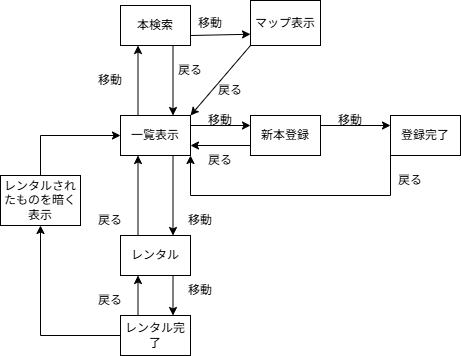
m-mahiru/sky-ES keeps this draw.io diagram as table_structure.png. Above is the earlier version. Source tidied: cells renumbered, new cells last; positions are measured from the earlier drawing's top-left corner, leaving out a move shared by most shapes. Source of this version:
```xml
<mxGraphModel>
  <root>
    <mxCell id="0" />
    <mxCell id="1" parent="0" />
    <mxCell id="2" value="一覧表示" style="rounded=0;whiteSpace=wrap;html=1;" parent="1" vertex="1">
      <mxGeometry x="120" y="115" width="70" height="40" as="geometry" />
    </mxCell>
    <mxCell id="3" value="新本登録" style="rounded=0;whiteSpace=wrap;html=1;" parent="1" vertex="1">
      <mxGeometry x="250" y="115" width="70" height="40" as="geometry" />
    </mxCell>
    <mxCell id="4" value="登録完了" style="rounded=0;whiteSpace=wrap;html=1;" parent="1" vertex="1">
      <mxGeometry x="390" y="115" width="70" height="40" as="geometry" />
    </mxCell>
    <mxCell id="5" value="レンタル" style="rounded=0;whiteSpace=wrap;html=1;" parent="1" vertex="1">
      <mxGeometry x="120" y="235" width="70" height="40" as="geometry" />
    </mxCell>
    <mxCell id="6" value="レンタル完了" style="rounded=0;whiteSpace=wrap;html=1;" parent="1" vertex="1">
      <mxGeometry x="120" y="315" width="70" height="40" as="geometry" />
    </mxCell>
    <mxCell id="7" style="endArrow=classic;html=1;rounded=0;exitX=1;exitY=0.25;exitDx=0;exitDy=0;entryX=0;entryY=0.25;entryDx=0;entryDy=0;" parent="1" edge="1" source="2" target="3">
      <mxGeometry relative="1" as="geometry" />
    </mxCell>
    <mxCell id="8" style="endArrow=classic;html=1;rounded=0;exitX=1;exitY=0.25;exitDx=0;exitDy=0;entryX=0;entryY=0.25;entryDx=0;entryDy=0;" parent="1" edge="1" source="3" target="4">
      <mxGeometry relative="1" as="geometry" />
    </mxCell>
    <mxCell id="9" style="endArrow=classic;html=1;rounded=0;" parent="1" edge="1">
      <mxGeometry relative="1" as="geometry">
        <mxPoint x="320" y="275" as="sourcePoint" />
        <mxPoint x="320" y="275" as="targetPoint" />
      </mxGeometry>
    </mxCell>
    <mxCell id="10" style="endArrow=classic;html=1;rounded=0;exitX=0;exitY=0.75;exitDx=0;exitDy=0;entryX=1;entryY=1;entryDx=0;entryDy=0;" parent="1" edge="1" source="4" target="2">
      <mxGeometry relative="1" as="geometry">
        <Array as="points">
          <mxPoint x="390" y="195" />
          <mxPoint x="190" y="195" />
        </Array>
      </mxGeometry>
    </mxCell>
    <mxCell id="11" value="移動" style="text;html=1;align=center;verticalAlign=middle;whiteSpace=wrap;rounded=0;" parent="1" vertex="1">
      <mxGeometry x="190" y="105" width="60" height="30" as="geometry" />
    </mxCell>
    <mxCell id="12" value="移動" style="text;html=1;align=center;verticalAlign=middle;whiteSpace=wrap;rounded=0;" parent="1" vertex="1">
      <mxGeometry x="320" y="105" width="60" height="30" as="geometry" />
    </mxCell>
    <mxCell id="13" value="戻る" style="text;html=1;align=center;verticalAlign=middle;whiteSpace=wrap;rounded=0;" parent="1" vertex="1">
      <mxGeometry x="190" y="145" width="60" height="30" as="geometry" />
    </mxCell>
    <mxCell id="14" style="endArrow=classic;html=1;rounded=0;exitX=0;exitY=0.75;exitDx=0;exitDy=0;entryX=1;entryY=0.75;entryDx=0;entryDy=0;" parent="1" edge="1" source="3" target="2">
      <mxGeometry relative="1" as="geometry" />
    </mxCell>
    <mxCell id="15" value="戻る" style="text;html=1;align=center;verticalAlign=middle;whiteSpace=wrap;rounded=0;" parent="1" vertex="1">
      <mxGeometry x="380" y="165" width="60" height="30" as="geometry" />
    </mxCell>
    <mxCell id="16" value="レンタルされたものを暗く表示" style="rounded=0;whiteSpace=wrap;html=1;" parent="1" vertex="1">
      <mxGeometry y="175" width="80" height="50" as="geometry" />
    </mxCell>
    <mxCell id="17" style="endArrow=classic;html=1;rounded=0;exitX=0.75;exitY=1;exitDx=0;exitDy=0;entryX=0.75;entryY=0;entryDx=0;entryDy=0;" parent="1" edge="1" source="2" target="5">
      <mxGeometry relative="1" as="geometry" />
    </mxCell>
    <mxCell id="18" style="endArrow=classic;html=1;rounded=0;exitX=0.25;exitY=0;exitDx=0;exitDy=0;entryX=0.25;entryY=1;entryDx=0;entryDy=0;" parent="1" edge="1" source="5" target="2">
      <mxGeometry relative="1" as="geometry" />
    </mxCell>
    <mxCell id="19" style="endArrow=classic;html=1;rounded=0;exitX=0.75;exitY=1;exitDx=0;exitDy=0;entryX=0.75;entryY=0;entryDx=0;entryDy=0;" parent="1" edge="1" source="5" target="6">
      <mxGeometry relative="1" as="geometry" />
    </mxCell>
    <mxCell id="20" style="endArrow=classic;html=1;rounded=0;exitX=0.25;exitY=0;exitDx=0;exitDy=0;entryX=0.25;entryY=1;entryDx=0;entryDy=0;" parent="1" edge="1" source="6" target="5">
      <mxGeometry relative="1" as="geometry" />
    </mxCell>
    <mxCell id="21" style="endArrow=classic;html=1;rounded=0;exitX=0;exitY=0.5;exitDx=0;exitDy=0;entryX=0.5;entryY=1;entryDx=0;entryDy=0;" parent="1" edge="1" source="6" target="16">
      <mxGeometry relative="1" as="geometry">
        <Array as="points">
          <mxPoint x="40" y="335" />
        </Array>
      </mxGeometry>
    </mxCell>
    <mxCell id="22" style="endArrow=classic;html=1;rounded=0;exitX=0.5;exitY=0;exitDx=0;exitDy=0;entryX=0;entryY=0.5;entryDx=0;entryDy=0;" parent="1" edge="1" source="16" target="2">
      <mxGeometry relative="1" as="geometry">
        <Array as="points">
          <mxPoint x="40" y="135" />
        </Array>
      </mxGeometry>
    </mxCell>
    <mxCell id="23" value="移動" style="text;html=1;align=center;verticalAlign=middle;whiteSpace=wrap;rounded=0;" parent="1" vertex="1">
      <mxGeometry x="170" y="205" width="60" height="30" as="geometry" />
    </mxCell>
    <mxCell id="24" value="移動" style="text;html=1;align=center;verticalAlign=middle;whiteSpace=wrap;rounded=0;" parent="1" vertex="1">
      <mxGeometry x="170" y="275" width="60" height="30" as="geometry" />
    </mxCell>
    <mxCell id="25" value="戻る" style="text;html=1;align=center;verticalAlign=middle;whiteSpace=wrap;rounded=0;" parent="1" vertex="1">
      <mxGeometry x="80" y="205" width="60" height="30" as="geometry" />
    </mxCell>
    <mxCell id="26" value="戻る" style="text;html=1;align=center;verticalAlign=middle;whiteSpace=wrap;rounded=0;" parent="1" vertex="1">
      <mxGeometry x="80" y="285" width="60" height="30" as="geometry" />
    </mxCell>
    <mxCell id="27" value="本検索" style="rounded=0;whiteSpace=wrap;html=1;" parent="1" vertex="1">
      <mxGeometry x="120" y="5" width="70" height="40" as="geometry" />
    </mxCell>
    <mxCell id="28" value="マップ表示" style="rounded=0;whiteSpace=wrap;html=1;" parent="1" vertex="1">
      <mxGeometry x="250" width="70" height="45" as="geometry" />
    </mxCell>
    <mxCell id="29" style="endArrow=classic;html=1;rounded=0;exitX=0.25;exitY=0;exitDx=0;exitDy=0;entryX=0.25;entryY=1;entryDx=0;entryDy=0;" parent="1" edge="1" source="2" target="27">
      <mxGeometry relative="1" as="geometry" />
    </mxCell>
    <mxCell id="30" style="endArrow=classic;html=1;rounded=0;exitX=0.75;exitY=1;exitDx=0;exitDy=0;entryX=0.75;entryY=0;entryDx=0;entryDy=0;" parent="1" edge="1" source="27" target="2">
      <mxGeometry relative="1" as="geometry" />
    </mxCell>
    <mxCell id="31" style="endArrow=classic;html=1;rounded=0;exitX=1;exitY=0.75;exitDx=0;exitDy=0;entryX=0;entryY=0.75;entryDx=0;entryDy=0;" parent="1" edge="1" source="27" target="28">
      <mxGeometry relative="1" as="geometry" />
    </mxCell>
    <mxCell id="32" style="endArrow=classic;html=1;rounded=0;exitX=0;exitY=1;exitDx=0;exitDy=0;entryX=1;entryY=0;entryDx=0;entryDy=0;" parent="1" edge="1" source="28" target="2">
      <mxGeometry relative="1" as="geometry" />
    </mxCell>
    <mxCell id="33" value="移動" style="text;html=1;align=center;verticalAlign=middle;whiteSpace=wrap;rounded=0;" parent="1" vertex="1">
      <mxGeometry x="80" y="65" width="60" height="30" as="geometry" />
    </mxCell>
    <mxCell id="34" value="移動" style="text;html=1;align=center;verticalAlign=middle;whiteSpace=wrap;rounded=0;" parent="1" vertex="1">
      <mxGeometry x="180" y="7.5" width="60" height="30" as="geometry" />
    </mxCell>
    <mxCell id="35" value="戻る" style="text;html=1;align=center;verticalAlign=middle;whiteSpace=wrap;rounded=0;" parent="1" vertex="1">
      <mxGeometry x="160" y="55" width="60" height="30" as="geometry" />
    </mxCell>
    <mxCell id="36" value="戻る" style="text;html=1;align=center;verticalAlign=middle;whiteSpace=wrap;rounded=0;" parent="1" vertex="1">
      <mxGeometry x="200" y="75" width="60" height="30" as="geometry" />
    </mxCell>
  </root>
</mxGraphModel>
```
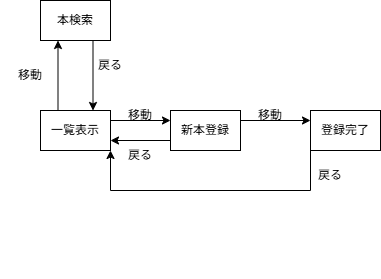
The same file after the commit.

What changed in the source:
```diff
@@ -11,12 +11,6 @@
     <mxCell id="4" value="登録完了" style="rounded=0;whiteSpace=wrap;html=1;" parent="1" vertex="1">
       <mxGeometry x="390" y="115" width="70" height="40" as="geometry" />
     </mxCell>
-    <mxCell id="5" value="レンタル" style="rounded=0;whiteSpace=wrap;html=1;" parent="1" vertex="1">
-      <mxGeometry x="120" y="235" width="70" height="40" as="geometry" />
-    </mxCell>
-    <mxCell id="6" value="レンタル完了" style="rounded=0;whiteSpace=wrap;html=1;" parent="1" vertex="1">
-      <mxGeometry x="120" y="315" width="70" height="40" as="geometry" />
-    </mxCell>
     <mxCell id="7" style="endArrow=classic;html=1;rounded=0;exitX=1;exitY=0.25;exitDx=0;exitDy=0;entryX=0;entryY=0.25;entryDx=0;entryDy=0;" parent="1" edge="1" source="2" target="3">
       <mxGeometry relative="1" as="geometry" />
     </mxCell>
@@ -52,76 +46,20 @@
     <mxCell id="15" value="戻る" style="text;html=1;align=center;verticalAlign=middle;whiteSpace=wrap;rounded=0;" parent="1" vertex="1">
       <mxGeometry x="380" y="165" width="60" height="30" as="geometry" />
     </mxCell>
-    <mxCell id="16" value="レンタルされたものを暗く表示" style="rounded=0;whiteSpace=wrap;html=1;" parent="1" vertex="1">
-      <mxGeometry y="175" width="80" height="50" as="geometry" />
-    </mxCell>
-    <mxCell id="17" style="endArrow=classic;html=1;rounded=0;exitX=0.75;exitY=1;exitDx=0;exitDy=0;entryX=0.75;entryY=0;entryDx=0;entryDy=0;" parent="1" edge="1" source="2" target="5">
-      <mxGeometry relative="1" as="geometry" />
-    </mxCell>
-    <mxCell id="18" style="endArrow=classic;html=1;rounded=0;exitX=0.25;exitY=0;exitDx=0;exitDy=0;entryX=0.25;entryY=1;entryDx=0;entryDy=0;" parent="1" edge="1" source="5" target="2">
-      <mxGeometry relative="1" as="geometry" />
-    </mxCell>
-    <mxCell id="19" style="endArrow=classic;html=1;rounded=0;exitX=0.75;exitY=1;exitDx=0;exitDy=0;entryX=0.75;entryY=0;entryDx=0;entryDy=0;" parent="1" edge="1" source="5" target="6">
-      <mxGeometry relative="1" as="geometry" />
-    </mxCell>
-    <mxCell id="20" style="endArrow=classic;html=1;rounded=0;exitX=0.25;exitY=0;exitDx=0;exitDy=0;entryX=0.25;entryY=1;entryDx=0;entryDy=0;" parent="1" edge="1" source="6" target="5">
-      <mxGeometry relative="1" as="geometry" />
-    </mxCell>
-    <mxCell id="21" style="endArrow=classic;html=1;rounded=0;exitX=0;exitY=0.5;exitDx=0;exitDy=0;entryX=0.5;entryY=1;entryDx=0;entryDy=0;" parent="1" edge="1" source="6" target="16">
-      <mxGeometry relative="1" as="geometry">
-        <Array as="points">
-          <mxPoint x="40" y="335" />
-        </Array>
-      </mxGeometry>
-    </mxCell>
-    <mxCell id="22" style="endArrow=classic;html=1;rounded=0;exitX=0.5;exitY=0;exitDx=0;exitDy=0;entryX=0;entryY=0.5;entryDx=0;entryDy=0;" parent="1" edge="1" source="16" target="2">
-      <mxGeometry relative="1" as="geometry">
-        <Array as="points">
-          <mxPoint x="40" y="135" />
-        </Array>
-      </mxGeometry>
-    </mxCell>
-    <mxCell id="23" value="移動" style="text;html=1;align=center;verticalAlign=middle;whiteSpace=wrap;rounded=0;" parent="1" vertex="1">
-      <mxGeometry x="170" y="205" width="60" height="30" as="geometry" />
-    </mxCell>
-    <mxCell id="24" value="移動" style="text;html=1;align=center;verticalAlign=middle;whiteSpace=wrap;rounded=0;" parent="1" vertex="1">
-      <mxGeometry x="170" y="275" width="60" height="30" as="geometry" />
-    </mxCell>
-    <mxCell id="25" value="戻る" style="text;html=1;align=center;verticalAlign=middle;whiteSpace=wrap;rounded=0;" parent="1" vertex="1">
-      <mxGeometry x="80" y="205" width="60" height="30" as="geometry" />
-    </mxCell>
-    <mxCell id="26" value="戻る" style="text;html=1;align=center;verticalAlign=middle;whiteSpace=wrap;rounded=0;" parent="1" vertex="1">
-      <mxGeometry x="80" y="285" width="60" height="30" as="geometry" />
-    </mxCell>
     <mxCell id="27" value="本検索" style="rounded=0;whiteSpace=wrap;html=1;" parent="1" vertex="1">
       <mxGeometry x="120" y="5" width="70" height="40" as="geometry" />
     </mxCell>
-    <mxCell id="28" value="マップ表示" style="rounded=0;whiteSpace=wrap;html=1;" parent="1" vertex="1">
-      <mxGeometry x="250" width="70" height="45" as="geometry" />
-    </mxCell>
     <mxCell id="29" style="endArrow=classic;html=1;rounded=0;exitX=0.25;exitY=0;exitDx=0;exitDy=0;entryX=0.25;entryY=1;entryDx=0;entryDy=0;" parent="1" edge="1" source="2" target="27">
       <mxGeometry relative="1" as="geometry" />
     </mxCell>
     <mxCell id="30" style="endArrow=classic;html=1;rounded=0;exitX=0.75;exitY=1;exitDx=0;exitDy=0;entryX=0.75;entryY=0;entryDx=0;entryDy=0;" parent="1" edge="1" source="27" target="2">
       <mxGeometry relative="1" as="geometry" />
     </mxCell>
-    <mxCell id="31" style="endArrow=classic;html=1;rounded=0;exitX=1;exitY=0.75;exitDx=0;exitDy=0;entryX=0;entryY=0.75;entryDx=0;entryDy=0;" parent="1" edge="1" source="27" target="28">
-      <mxGeometry relative="1" as="geometry" />
-    </mxCell>
-    <mxCell id="32" style="endArrow=classic;html=1;rounded=0;exitX=0;exitY=1;exitDx=0;exitDy=0;entryX=1;entryY=0;entryDx=0;entryDy=0;" parent="1" edge="1" source="28" target="2">
-      <mxGeometry relative="1" as="geometry" />
-    </mxCell>
     <mxCell id="33" value="移動" style="text;html=1;align=center;verticalAlign=middle;whiteSpace=wrap;rounded=0;" parent="1" vertex="1">
       <mxGeometry x="80" y="65" width="60" height="30" as="geometry" />
     </mxCell>
-    <mxCell id="34" value="移動" style="text;html=1;align=center;verticalAlign=middle;whiteSpace=wrap;rounded=0;" parent="1" vertex="1">
-      <mxGeometry x="180" y="7.5" width="60" height="30" as="geometry" />
-    </mxCell>
     <mxCell id="35" value="戻る" style="text;html=1;align=center;verticalAlign=middle;whiteSpace=wrap;rounded=0;" parent="1" vertex="1">
       <mxGeometry x="160" y="55" width="60" height="30" as="geometry" />
     </mxCell>
-    <mxCell id="36" value="戻る" style="text;html=1;align=center;verticalAlign=middle;whiteSpace=wrap;rounded=0;" parent="1" vertex="1">
-      <mxGeometry x="200" y="75" width="60" height="30" as="geometry" />
-    </mxCell>
   </root>
 </mxGraphModel>
```
